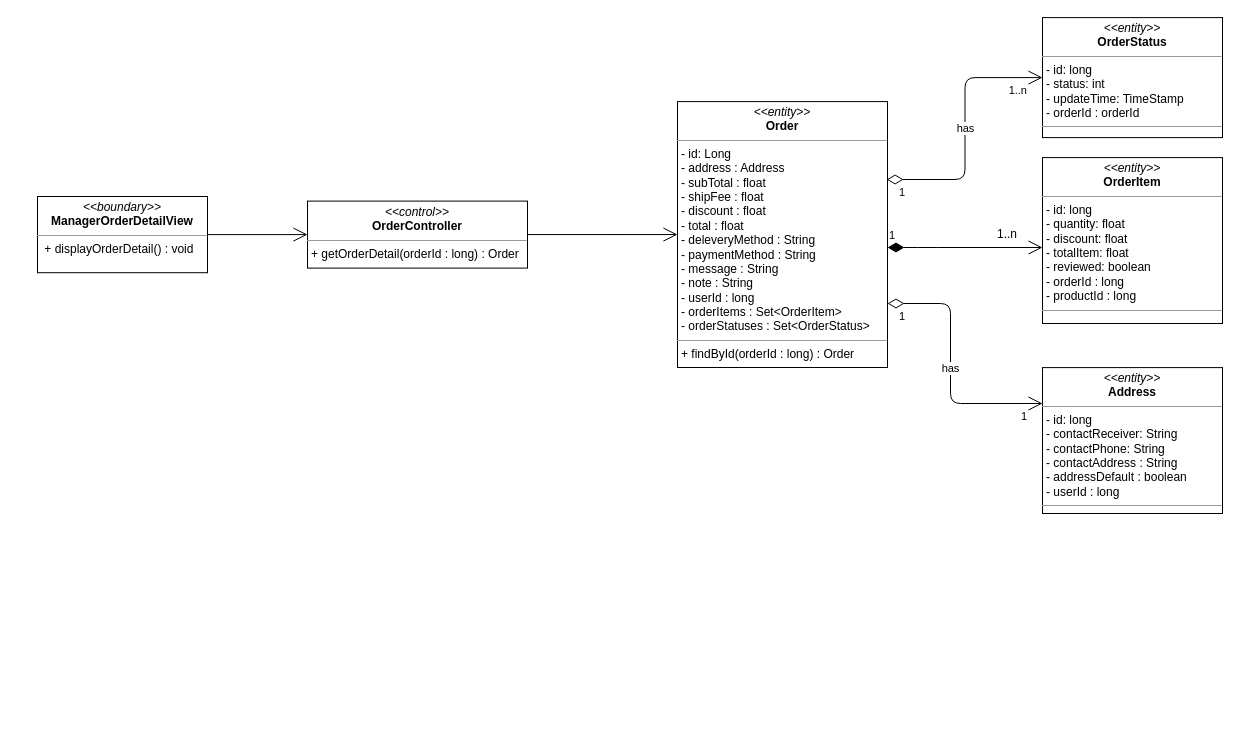
The draw.io diagram class diagram/manager-order-detail-class-diagram.drawio in nguyenphamvan/datn_20202, before the edit. Source tidied: cells renumbered, new cells numbered last; positions are measured from the earlier drawing's top-left corner, leaving out a move shared by most shapes. Both pictures are drawn from the tidied source at 100%, with x=0, y=0 at pixel (37, 17).
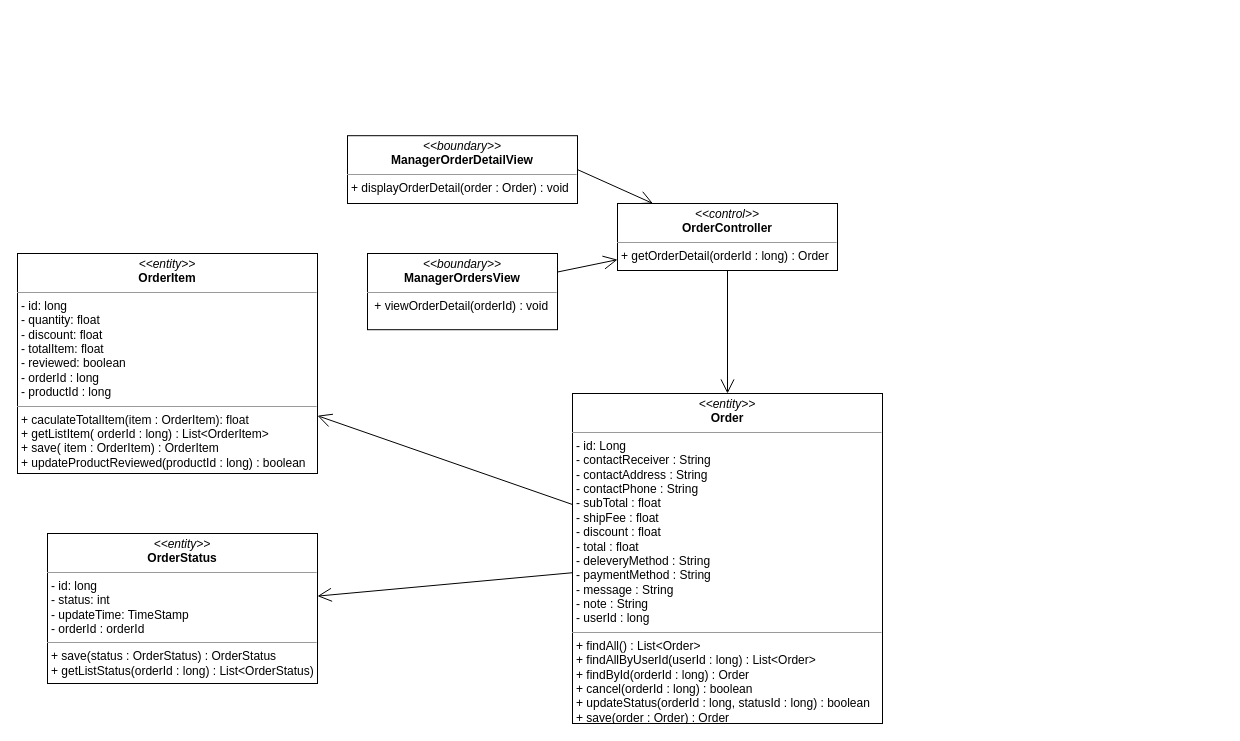
Above is the later version.

Diff of the diagram source:
```diff
@@
-    <mxCell id="2" value="&lt;p style=&quot;margin: 0px ; margin-top: 4px ; text-align: center&quot;&gt;&lt;i&gt;&amp;lt;&amp;lt;boundary&amp;gt;&amp;gt;&lt;/i&gt;&lt;br&gt;&lt;b&gt;ManagerOrderDetailView&lt;/b&gt;&lt;/p&gt;&lt;hr size=&quot;1&quot;&gt;&lt;p style=&quot;margin: 0px ; margin-left: 4px&quot;&gt;&lt;span&gt;&amp;nbsp;&lt;/span&gt;&lt;span&gt;+ displayOrderDetail() : void&lt;/span&gt;&lt;/p&gt;" style="verticalAlign=top;align=left;overflow=fill;fontSize=12;fontFamily=Helvetica;html=1;" parent="1" vertex="1">
-      <mxGeometry y="179" width="170" height="76.2" as="geometry" />
+    <mxCell id="2" value="&lt;p style=&quot;margin: 0px ; margin-top: 4px ; text-align: center&quot;&gt;&lt;i&gt;&amp;lt;&amp;lt;boundary&amp;gt;&amp;gt;&lt;/i&gt;&lt;br&gt;&lt;b&gt;ManagerOrderDetailView&lt;/b&gt;&lt;/p&gt;&lt;hr size=&quot;1&quot;&gt;&lt;p style=&quot;margin: 0px ; margin-left: 4px&quot;&gt;&lt;span&gt;+ displayOrderDetail(order : Order) : void&lt;/span&gt;&lt;/p&gt;" style="verticalAlign=top;align=left;overflow=fill;fontSize=12;fontFamily=Helvetica;html=1;" parent="1" vertex="1">
+      <mxGeometry x="310" y="118.2" width="230" height="67.8" as="geometry" />
     </mxCell>
@@
     <mxCell id="4" value="&lt;p style=&quot;margin: 0px ; margin-top: 4px ; text-align: center&quot;&gt;&lt;i&gt;&amp;lt;&amp;lt;control&amp;gt;&amp;gt;&lt;/i&gt;&lt;br&gt;&lt;b&gt;OrderController&lt;/b&gt;&lt;br&gt;&lt;/p&gt;&lt;hr size=&quot;1&quot;&gt;&lt;p style=&quot;margin: 0px ; margin-left: 4px&quot;&gt;&lt;span&gt;+ getOrderDetail(orderId : long) : Order&lt;/span&gt;&lt;br&gt;&lt;/p&gt;" style="verticalAlign=top;align=left;overflow=fill;fontSize=12;fontFamily=Helvetica;html=1;" parent="1" vertex="1">
-      <mxGeometry x="270" y="183.6" width="220" height="67" as="geometry" />
+      <mxGeometry x="580" y="186" width="220" height="67" as="geometry" />
     </mxCell>
-    <mxCell id="5" style="endArrow=open;endFill=1;endSize=12;html=1;entryX=0;entryY=0.5;entryDx=0;entryDy=0;" parent="1" edge="1" source="4" target="7">
+    <mxCell id="5" style="endArrow=open;endFill=1;endSize=12;html=1;" parent="1" edge="1" source="4" target="21">
       <mxGeometry relative="1" as="geometry" />
     </mxCell>
-    <mxCell id="6" value="&lt;p style=&quot;margin: 0px ; margin-top: 4px ; text-align: center&quot;&gt;&lt;i&gt;&amp;lt;&amp;lt;entity&amp;gt;&amp;gt;&lt;/i&gt;&lt;br&gt;&lt;b&gt;Address&lt;/b&gt;&lt;/p&gt;&lt;hr size=&quot;1&quot;&gt;&lt;p style=&quot;margin: 0px ; margin-left: 4px&quot;&gt;- id: long&lt;/p&gt;&lt;p style=&quot;margin: 0px ; margin-left: 4px&quot;&gt;- contactReceiver: String&lt;br&gt;- contactPhone: String&lt;/p&gt;&lt;p style=&quot;margin: 0px ; margin-left: 4px&quot;&gt;- contactAddress : String&lt;/p&gt;&lt;p style=&quot;margin: 0px ; margin-left: 4px&quot;&gt;- addressDefault : boolean&lt;/p&gt;&lt;p style=&quot;margin: 0px ; margin-left: 4px&quot;&gt;- userId : long&lt;/p&gt;&lt;hr size=&quot;1&quot;&gt;&lt;p style=&quot;margin: 0px ; margin-left: 4px&quot;&gt;&lt;br&gt;&lt;/p&gt;" style="verticalAlign=top;align=left;overflow=fill;fontSize=12;fontFamily=Helvetica;html=1;" parent="1" vertex="1">
-      <mxGeometry x="1005" y="350.1" width="180" height="145.9" as="geometry" />
-    </mxCell>
-    <mxCell id="7" value="&lt;p style=&quot;margin: 0px ; margin-top: 4px ; text-align: center&quot;&gt;&lt;i&gt;&amp;lt;&amp;lt;entity&amp;gt;&amp;gt;&lt;/i&gt;&lt;br&gt;&lt;b&gt;Order&lt;/b&gt;&lt;/p&gt;&lt;hr size=&quot;1&quot;&gt;&lt;p style=&quot;margin: 0px ; margin-left: 4px&quot;&gt;- id: Long&lt;/p&gt;&lt;p style=&quot;margin: 0px 0px 0px 4px&quot;&gt;- address : Address&lt;/p&gt;&lt;p style=&quot;margin: 0px 0px 0px 4px&quot;&gt;- subTotal : float&lt;/p&gt;&lt;p style=&quot;margin: 0px 0px 0px 4px&quot;&gt;- shipFee : float&lt;/p&gt;&lt;p style=&quot;margin: 0px 0px 0px 4px&quot;&gt;- discount : float&lt;/p&gt;&lt;p style=&quot;margin: 0px 0px 0px 4px&quot;&gt;- total : float&lt;/p&gt;&lt;p style=&quot;margin: 0px 0px 0px 4px&quot;&gt;- deleveryMethod : String&lt;/p&gt;&lt;p style=&quot;margin: 0px 0px 0px 4px&quot;&gt;- paymentMethod : String&lt;/p&gt;&lt;p style=&quot;margin: 0px 0px 0px 4px&quot;&gt;- message : String&lt;/p&gt;&lt;p style=&quot;margin: 0px 0px 0px 4px&quot;&gt;- note : String&lt;/p&gt;&lt;p style=&quot;margin: 0px 0px 0px 4px&quot;&gt;- userId : long&lt;/p&gt;&lt;p style=&quot;margin: 0px 0px 0px 4px&quot;&gt;- orderItems : Set&amp;lt;OrderItem&amp;gt;&lt;/p&gt;&lt;p style=&quot;margin: 0px 0px 0px 4px&quot;&gt;- orderStatuses : Set&amp;lt;OrderStatus&amp;gt;&lt;/p&gt;&lt;hr size=&quot;1&quot;&gt;&lt;p style=&quot;margin: 0px ; margin-left: 4px&quot;&gt;+ findById(orderId : long) : Order&lt;/p&gt;" style="verticalAlign=top;align=left;overflow=fill;fontSize=12;fontFamily=Helvetica;html=1;" parent="1" vertex="1">
-      <mxGeometry x="640" y="84.1" width="210" height="265.9" as="geometry" />
-    </mxCell>
-    <mxCell id="8" value="&lt;p style=&quot;margin: 0px ; margin-top: 4px ; text-align: center&quot;&gt;&lt;i&gt;&amp;lt;&amp;lt;entity&amp;gt;&amp;gt;&lt;/i&gt;&lt;br&gt;&lt;b&gt;OrderItem&lt;/b&gt;&lt;/p&gt;&lt;hr size=&quot;1&quot;&gt;&lt;p style=&quot;margin: 0px ; margin-left: 4px&quot;&gt;- id: long&lt;/p&gt;&lt;p style=&quot;margin: 0px ; margin-left: 4px&quot;&gt;- quantity: float&lt;br&gt;- discount: float&lt;/p&gt;&lt;p style=&quot;margin: 0px ; margin-left: 4px&quot;&gt;- totalItem: float&lt;/p&gt;&lt;p style=&quot;margin: 0px ; margin-left: 4px&quot;&gt;- reviewed: boolean&lt;/p&gt;&lt;p style=&quot;margin: 0px ; margin-left: 4px&quot;&gt;- orderId : long&lt;/p&gt;&lt;p style=&quot;margin: 0px ; margin-left: 4px&quot;&gt;- productId : long&lt;/p&gt;&lt;hr size=&quot;1&quot;&gt;&lt;p style=&quot;margin: 0px ; margin-left: 4px&quot;&gt;&lt;br&gt;&lt;/p&gt;" style="verticalAlign=top;align=left;overflow=fill;fontSize=12;fontFamily=Helvetica;html=1;" parent="1" vertex="1">
-      <mxGeometry x="1005" y="140.1" width="180" height="165.9" as="geometry" />
-    </mxCell>
-    <mxCell id="9" value="&lt;p style=&quot;margin: 0px ; margin-top: 4px ; text-align: center&quot;&gt;&lt;i&gt;&amp;lt;&amp;lt;entity&amp;gt;&amp;gt;&lt;/i&gt;&lt;br&gt;&lt;b&gt;OrderStatus&lt;/b&gt;&lt;/p&gt;&lt;hr size=&quot;1&quot;&gt;&lt;p style=&quot;margin: 0px ; margin-left: 4px&quot;&gt;- id: long&lt;/p&gt;&lt;p style=&quot;margin: 0px ; margin-left: 4px&quot;&gt;- status: int&lt;br&gt;- updateTime: TimeStamp&lt;/p&gt;&lt;p style=&quot;margin: 0px ; margin-left: 4px&quot;&gt;- orderId : orderId&lt;/p&gt;&lt;hr size=&quot;1&quot;&gt;&lt;p style=&quot;margin: 0px ; margin-left: 4px&quot;&gt;&lt;br&gt;&lt;/p&gt;" style="verticalAlign=top;align=left;overflow=fill;fontSize=12;fontFamily=Helvetica;html=1;" parent="1" vertex="1">
-      <mxGeometry x="1005" y="0.1" width="180" height="120" as="geometry" />
-    </mxCell>
-    <mxCell id="10" value="has" style="endArrow=open;html=1;endSize=12;startArrow=diamondThin;startSize=14;startFill=0;edgeStyle=orthogonalEdgeStyle;exitX=0.996;exitY=0.293;exitDx=0;exitDy=0;exitPerimeter=0;" parent="1" edge="1" source="7" target="9">
-      <mxGeometry relative="1" as="geometry" />
-    </mxCell>
-    <mxCell id="11" value="1" style="edgeLabel;html=1;align=left;verticalAlign=top;" parent="10" vertex="1">
-      <mxGeometry x="-1" relative="1" as="geometry">
-        <mxPoint x="11" as="offset" />
-      </mxGeometry>
-    </mxCell>
-    <mxCell id="12" value="1..n" style="edgeLabel;html=1;align=right;verticalAlign=top;" parent="10" vertex="1">
-      <mxGeometry x="1" relative="1" as="geometry">
-        <mxPoint x="-15" as="offset" />
-      </mxGeometry>
-    </mxCell>
-    <mxCell id="13" value="has" style="endArrow=open;html=1;endSize=12;startArrow=diamondThin;startSize=14;startFill=0;edgeStyle=orthogonalEdgeStyle;" parent="1" edge="1" source="7" target="6">
-      <mxGeometry relative="1" as="geometry">
-        <Array as="points">
-          <mxPoint x="913" y="286" />
-          <mxPoint x="913" y="386" />
-        </Array>
-      </mxGeometry>
-    </mxCell>
-    <mxCell id="14" value="1" style="edgeLabel;html=1;align=left;verticalAlign=top;" parent="13" vertex="1">
-      <mxGeometry x="-1" relative="1" as="geometry">
-        <mxPoint x="10" as="offset" />
-      </mxGeometry>
-    </mxCell>
-    <mxCell id="15" value="1" style="edgeLabel;html=1;align=right;verticalAlign=top;" parent="13" vertex="1">
-      <mxGeometry x="1" relative="1" as="geometry">
-        <mxPoint x="-15" as="offset" />
-      </mxGeometry>
-    </mxCell>
-    <mxCell id="16" value="1" style="endArrow=open;html=1;endSize=12;startArrow=diamondThin;startSize=14;startFill=1;edgeStyle=orthogonalEdgeStyle;align=left;verticalAlign=bottom;" parent="1" edge="1" source="7" target="8">
-      <mxGeometry x="-1" y="3" relative="1" as="geometry">
-        <Array as="points">
-          <mxPoint x="890" y="230" />
-          <mxPoint x="890" y="230" />
-        </Array>
-      </mxGeometry>
-    </mxCell>
-    <mxCell id="17" value="1..n" style="text;html=1;strokeColor=none;fillColor=none;align=center;verticalAlign=middle;whiteSpace=wrap;rounded=0;" parent="1" vertex="1">
-      <mxGeometry x="950" y="207.1" width="40" height="20" as="geometry" />
-    </mxCell>
+    <mxCell id="18" value="&lt;p style=&quot;margin: 0px ; margin-top: 4px ; text-align: center&quot;&gt;&lt;i&gt;&amp;lt;&amp;lt;boundary&amp;gt;&amp;gt;&lt;/i&gt;&lt;br&gt;&lt;b&gt;ManagerOrdersView&lt;/b&gt;&lt;/p&gt;&lt;hr size=&quot;1&quot;&gt;&lt;p style=&quot;margin: 0px ; margin-left: 4px&quot;&gt;&lt;span&gt;&amp;nbsp;&lt;/span&gt;&lt;span&gt;+ viewOrderDetail(orderId) : void&lt;/span&gt;&lt;/p&gt;" style="verticalAlign=top;align=left;overflow=fill;fontSize=12;fontFamily=Helvetica;html=1;" parent="1" vertex="1">
+      <mxGeometry x="330" y="236" width="190" height="76.2" as="geometry" />
+    </mxCell>
+    <mxCell id="19" value="&lt;p style=&quot;margin: 0px ; margin-top: 4px ; text-align: center&quot;&gt;&lt;i&gt;&amp;lt;&amp;lt;entity&amp;gt;&amp;gt;&lt;/i&gt;&lt;br&gt;&lt;b&gt;OrderItem&lt;/b&gt;&lt;/p&gt;&lt;hr size=&quot;1&quot;&gt;&lt;p style=&quot;margin: 0px ; margin-left: 4px&quot;&gt;- id: long&lt;/p&gt;&lt;p style=&quot;margin: 0px ; margin-left: 4px&quot;&gt;- quantity: float&lt;br&gt;- discount: float&lt;/p&gt;&lt;p style=&quot;margin: 0px ; margin-left: 4px&quot;&gt;- totalItem: float&lt;/p&gt;&lt;p style=&quot;margin: 0px ; margin-left: 4px&quot;&gt;- reviewed: boolean&lt;/p&gt;&lt;p style=&quot;margin: 0px ; margin-left: 4px&quot;&gt;- orderId : long&lt;/p&gt;&lt;p style=&quot;margin: 0px ; margin-left: 4px&quot;&gt;- productId : long&lt;/p&gt;&lt;hr size=&quot;1&quot;&gt;&lt;p style=&quot;margin: 0px 0px 0px 4px&quot;&gt;+ caculateTotalItem(item : OrderItem): float&lt;br&gt;&lt;/p&gt;&lt;p style=&quot;margin: 0px 0px 0px 4px&quot;&gt;+ getListItem( orderId : long) : List&amp;lt;OrderItem&amp;gt;&lt;br&gt;&lt;/p&gt;&lt;p style=&quot;margin: 0px 0px 0px 4px&quot;&gt;+ save( item : OrderItem) : OrderItem&lt;/p&gt;&lt;p style=&quot;margin: 0px 0px 0px 4px&quot;&gt;+ updateProductReviewed(productId : long) : boolean&lt;/p&gt;" style="verticalAlign=top;align=left;overflow=fill;fontSize=12;fontFamily=Helvetica;html=1;" parent="1" vertex="1">
+      <mxGeometry x="-20" y="236" width="300" height="220" as="geometry" />
+    </mxCell>
+    <mxCell id="20" value="&lt;p style=&quot;margin: 0px ; margin-top: 4px ; text-align: center&quot;&gt;&lt;i&gt;&amp;lt;&amp;lt;entity&amp;gt;&amp;gt;&lt;/i&gt;&lt;br&gt;&lt;b&gt;OrderStatus&lt;/b&gt;&lt;/p&gt;&lt;hr size=&quot;1&quot;&gt;&lt;p style=&quot;margin: 0px ; margin-left: 4px&quot;&gt;- id: long&lt;/p&gt;&lt;p style=&quot;margin: 0px ; margin-left: 4px&quot;&gt;- status: int&lt;br&gt;- updateTime: TimeStamp&lt;/p&gt;&lt;p style=&quot;margin: 0px ; margin-left: 4px&quot;&gt;- orderId : orderId&lt;/p&gt;&lt;hr size=&quot;1&quot;&gt;&lt;p style=&quot;margin: 0px ; margin-left: 4px&quot;&gt;+ save(status : OrderStatus) : OrderStatus&lt;/p&gt;&lt;p style=&quot;margin: 0px ; margin-left: 4px&quot;&gt;+ getListStatus(orderId : long) : List&amp;lt;OrderStatus)&lt;/p&gt;" style="verticalAlign=top;align=left;overflow=fill;fontSize=12;fontFamily=Helvetica;html=1;" parent="1" vertex="1">
+      <mxGeometry x="10" y="516" width="270" height="150" as="geometry" />
+    </mxCell>
+    <mxCell id="21" value="&lt;p style=&quot;margin: 0px ; margin-top: 4px ; text-align: center&quot;&gt;&lt;i&gt;&amp;lt;&amp;lt;entity&amp;gt;&amp;gt;&lt;/i&gt;&lt;br&gt;&lt;b&gt;Order&lt;/b&gt;&lt;/p&gt;&lt;hr size=&quot;1&quot;&gt;&lt;p style=&quot;margin: 0px ; margin-left: 4px&quot;&gt;- id: Long&lt;/p&gt;&lt;p style=&quot;margin: 0px ; margin-left: 4px&quot;&gt;- contactReceiver : String&lt;/p&gt;&lt;p style=&quot;margin: 0px ; margin-left: 4px&quot;&gt;- contactAddress : String&lt;/p&gt;&lt;p style=&quot;margin: 0px ; margin-left: 4px&quot;&gt;- contactPhone : String&lt;/p&gt;&lt;p style=&quot;margin: 0px 0px 0px 4px&quot;&gt;- subTotal : float&lt;/p&gt;&lt;p style=&quot;margin: 0px 0px 0px 4px&quot;&gt;- shipFee : float&lt;/p&gt;&lt;p style=&quot;margin: 0px 0px 0px 4px&quot;&gt;- discount : float&lt;/p&gt;&lt;p style=&quot;margin: 0px 0px 0px 4px&quot;&gt;- total : float&lt;/p&gt;&lt;p style=&quot;margin: 0px 0px 0px 4px&quot;&gt;- deleveryMethod : String&lt;/p&gt;&lt;p style=&quot;margin: 0px 0px 0px 4px&quot;&gt;- paymentMethod : String&lt;/p&gt;&lt;p style=&quot;margin: 0px 0px 0px 4px&quot;&gt;- message : String&lt;/p&gt;&lt;p style=&quot;margin: 0px 0px 0px 4px&quot;&gt;- note : String&lt;/p&gt;&lt;p style=&quot;margin: 0px 0px 0px 4px&quot;&gt;- userId : long&lt;/p&gt;&lt;hr size=&quot;1&quot;&gt;&lt;p style=&quot;margin: 0px 0px 0px 4px&quot;&gt;+ findAll() : List&amp;lt;Order&amp;gt;&lt;/p&gt;&lt;p style=&quot;margin: 0px 0px 0px 4px&quot;&gt;+ findAllByUserId(userId : long) : List&amp;lt;Order&amp;gt;&lt;/p&gt;&lt;p style=&quot;margin: 0px 0px 0px 4px&quot;&gt;+ findById(orderId : long) : Order&lt;br&gt;&lt;/p&gt;&lt;p style=&quot;margin: 0px 0px 0px 4px&quot;&gt;+ cancel(orderId : long) : boolean&lt;br&gt;&lt;/p&gt;&lt;p style=&quot;margin: 0px 0px 0px 4px&quot;&gt;+ updateStatus(orderId : long, statusId : long) : boolean&lt;/p&gt;&lt;p style=&quot;margin: 0px 0px 0px 4px&quot;&gt;+ save(order : Order) : Order&lt;/p&gt;" style="verticalAlign=top;align=left;overflow=fill;fontSize=12;fontFamily=Helvetica;html=1;" parent="1" vertex="1">
+      <mxGeometry x="535" y="376" width="310" height="330" as="geometry" />
+    </mxCell>
+    <mxCell id="22" style="endArrow=open;endFill=1;endSize=12;html=1;" parent="1" edge="1" source="21" target="19">
+      <mxGeometry relative="1" as="geometry" />
+    </mxCell>
+    <mxCell id="23" style="endArrow=open;endFill=1;endSize=12;html=1;" parent="1" edge="1" source="21" target="20">
+      <mxGeometry relative="1" as="geometry" />
+    </mxCell>
+    <mxCell id="24" style="endArrow=open;endFill=1;endSize=12;html=1;" parent="1" edge="1" source="18" target="4">
+      <mxGeometry relative="1" as="geometry" />
+    </mxCell>
```
